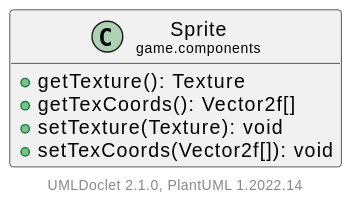
The PlantUML diagram doc/javadoc/game/components/Sprite.svg in Hirschiii/JavaGameEngine, before a commit. The source it was exported from:
```plantuml
@startuml
    set namespaceSeparator none
    hide empty fields
    hide empty methods

    class "<size:14>Sprite\n<size:10>game.components" as game.components.Sprite [[Sprite.html]] {
        +getTexture(): Texture
        +getTexCoords(): Vector2f[]
        +setTexture(Texture): void
        +setTexCoords(Vector2f[]): void
    }

    center footer UMLDoclet 2.1.0, PlantUML %version()
@enduml
```
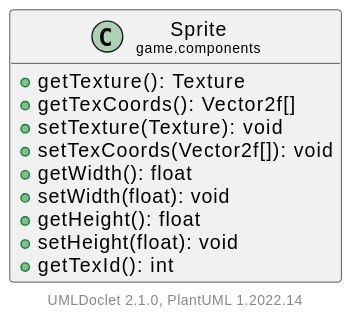
Above is the later version.

Change to the diagram source:
```diff
@@ -8,6 +8,11 @@
         +getTexCoords(): Vector2f[]
         +setTexture(Texture): void
         +setTexCoords(Vector2f[]): void
+        +getWidth(): float
+        +setWidth(float): void
+        +getHeight(): float
+        +setHeight(float): void
+        +getTexId(): int
     }
 
     center footer UMLDoclet 2.1.0, PlantUML %version()
```
